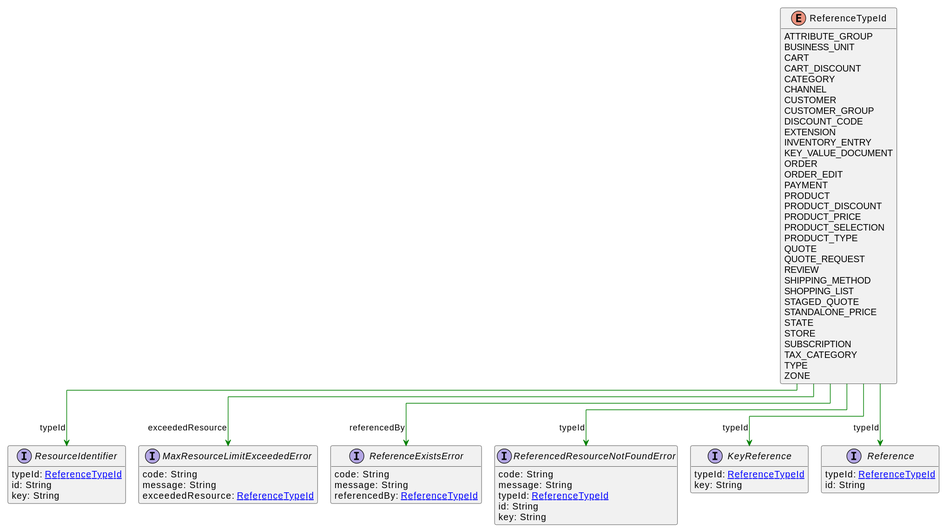
commercetools/commercetools-api-reference keeps this PlantUML diagram as uml/api/svg/ReferenceTypeId.svg. Above is the earlier version.
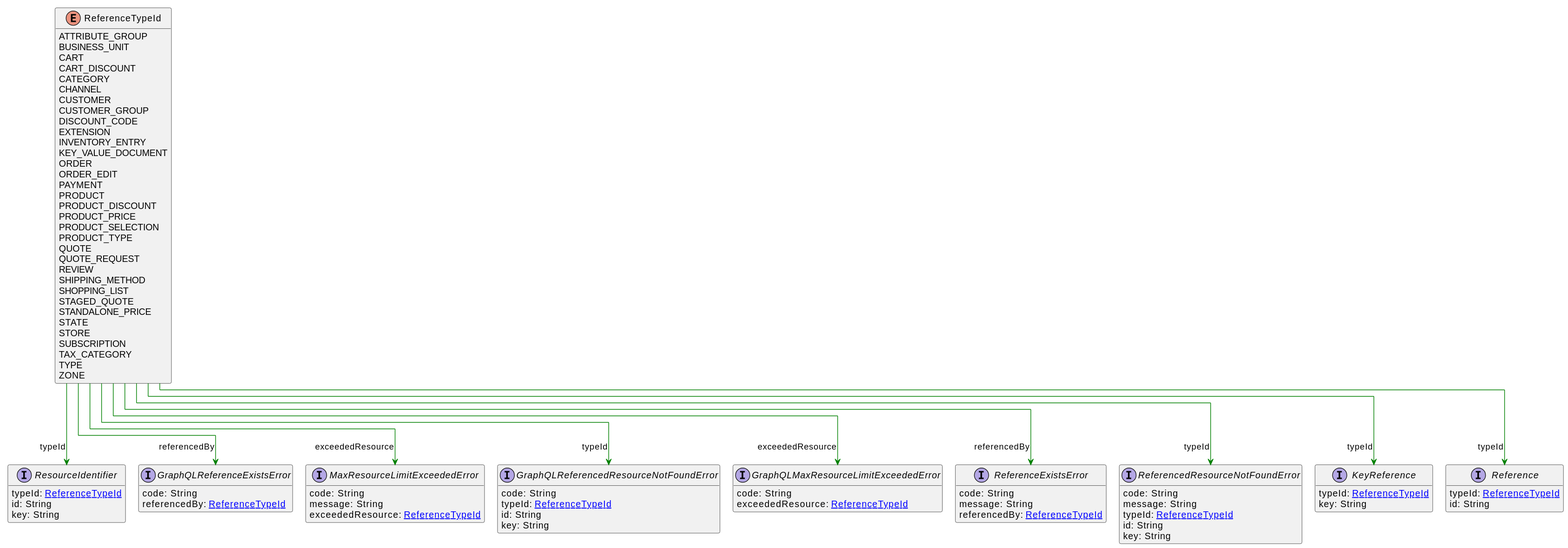
After the commit.

What changed in the source:
```diff
@@ -66,10 +66,27 @@
     id: String
     key: String
 }
+interface GraphQLMaxResourceLimitExceededError [[GraphQLMaxResourceLimitExceededError.svg]]  {
+    code: String
+    exceededResource: [[ReferenceTypeId.svg ReferenceTypeId]]
+}
+interface GraphQLReferenceExistsError [[GraphQLReferenceExistsError.svg]]  {
+    code: String
+    referencedBy: [[ReferenceTypeId.svg ReferenceTypeId]]
+}
+interface GraphQLReferencedResourceNotFoundError [[GraphQLReferencedResourceNotFoundError.svg]]  {
+    code: String
+    typeId: [[ReferenceTypeId.svg ReferenceTypeId]]
+    id: String
+    key: String
+}
 ReferenceTypeId --> KeyReference #green;text:green : "typeId"
 ReferenceTypeId --> Reference #green;text:green : "typeId"
 ReferenceTypeId --> ResourceIdentifier #green;text:green : "typeId"
 ReferenceTypeId --> MaxResourceLimitExceededError #green;text:green : "exceededResource"
 ReferenceTypeId --> ReferenceExistsError #green;text:green : "referencedBy"
 ReferenceTypeId --> ReferencedResourceNotFoundError #green;text:green : "typeId"
+ReferenceTypeId --> GraphQLMaxResourceLimitExceededError #green;text:green : "exceededResource"
+ReferenceTypeId --> GraphQLReferenceExistsError #green;text:green : "referencedBy"
+ReferenceTypeId --> GraphQLReferencedResourceNotFoundError #green;text:green : "typeId"
 @enduml
```
